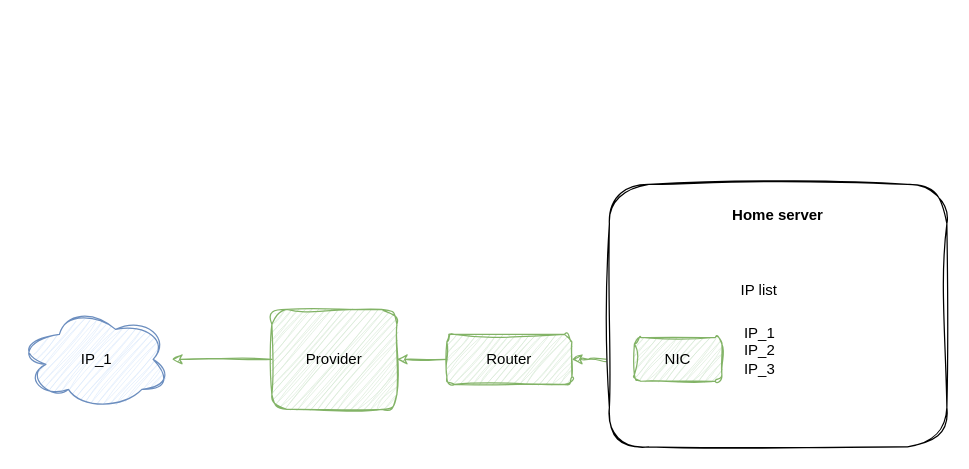
Earlier version of the draw.io diagram scheme/simple_scheme.drawio.xml (eenzamese/gate). Source tidied: cells renumbered, new cells numbered last; positions are measured from the earlier drawing's top-left corner, leaving out a move shared by most shapes. Both pictures are drawn from the tidied source at 125%, with x=0, y=0 at pixel (21, 184).
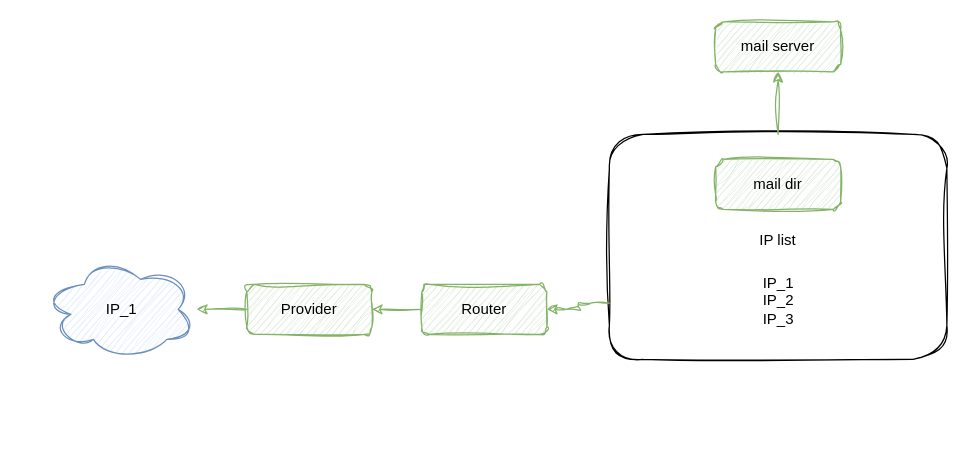
The same diagram, later.

Diff of the diagram source:
```diff
@@
 <mxGraphModel>
   <root>
     <mxCell id="0" />
     <mxCell id="1" parent="0" />
+    <mxCell id="7" style="whiteSpace=wrap;html=1;align=center;labelBackgroundColor=none;sketch=1;curveFitting=1;jiggle=2;rounded=1;" parent="1" vertex="1">
+      <mxGeometry x="470" y="-40" width="270" height="180" as="geometry" />
+    </mxCell>
-    <mxCell id="2" style="edgeStyle=orthogonalEdgeStyle;rounded=1;jettySize=auto;html=1;endArrow=none;endFill=0;startArrow=classic;startFill=1;labelBackgroundColor=none;fontColor=default;sketch=1;curveFitting=1;jiggle=2;fillColor=#d5e8d4;strokeColor=#82b366;" parent="1" edge="1" source="3">
-      <mxGeometry relative="1" as="geometry">
-        <mxPoint x="479" y="140" as="targetPoint" />
-      </mxGeometry>
+    <mxCell id="2" style="edgeStyle=orthogonalEdgeStyle;rounded=1;jettySize=auto;html=1;endArrow=none;endFill=0;startArrow=classic;startFill=1;labelBackgroundColor=none;fontColor=default;sketch=1;curveFitting=1;jiggle=2;fillColor=#d5e8d4;strokeColor=#82b366;entryX=0;entryY=0.75;entryDx=0;entryDy=0;" parent="1" edge="1" source="3" target="7">
+      <mxGeometry relative="1" as="geometry" />
     </mxCell>
     <mxCell id="3" value="Router" style="whiteSpace=wrap;html=1;align=center;labelBackgroundColor=none;sketch=1;curveFitting=1;jiggle=2;rounded=1;fillColor=#d5e8d4;strokeColor=#82b366;" parent="1" vertex="1">
-      <mxGeometry x="340" y="120" width="100" height="40" as="geometry" />
+      <mxGeometry x="320" y="80" width="100" height="40" as="geometry" />
     </mxCell>
     <mxCell id="4" style="edgeStyle=orthogonalEdgeStyle;rounded=1;jettySize=auto;html=1;startArrow=classic;startFill=1;endArrow=none;endFill=0;labelBackgroundColor=none;fontColor=default;sketch=1;curveFitting=1;jiggle=2;fillColor=#d5e8d4;strokeColor=#82b366;" parent="1" edge="1" source="6" target="3">
       <mxGeometry relative="1" as="geometry" />
     </mxCell>
     <mxCell id="5" style="edgeStyle=orthogonalEdgeStyle;rounded=1;jettySize=auto;html=1;labelBackgroundColor=none;fontColor=default;sketch=1;curveFitting=1;jiggle=2;fillColor=#d5e8d4;strokeColor=#82b366;" parent="1" edge="1" source="6" target="10">
       <mxGeometry relative="1" as="geometry" />
     </mxCell>
     <mxCell id="6" value="Provider" style="whiteSpace=wrap;html=1;align=center;labelBackgroundColor=none;sketch=1;curveFitting=1;jiggle=2;rounded=1;fillColor=#d5e8d4;strokeColor=#82b366;" parent="1" vertex="1">
-      <mxGeometry x="200" y="100" width="100" height="80" as="geometry" />
+      <mxGeometry x="180" y="80" width="100" height="40" as="geometry" />
     </mxCell>
-    <mxCell id="7" style="whiteSpace=wrap;html=1;align=center;labelBackgroundColor=none;sketch=1;curveFitting=1;jiggle=2;rounded=1;" parent="1" vertex="1">
-      <mxGeometry x="470" width="270" height="210" as="geometry" />
-    </mxCell>
-    <mxCell id="8" value="NIC" style="whiteSpace=wrap;html=1;align=center;labelBackgroundColor=none;sketch=1;curveFitting=1;jiggle=2;rounded=1;fillColor=#d5e8d4;strokeColor=#82b366;" parent="1" vertex="1">
-      <mxGeometry x="490" y="122.5" width="70" height="35" as="geometry" />
-    </mxCell>
     <mxCell id="9" value="&lt;div&gt;IP_1&lt;/div&gt;&lt;div&gt;IP_2&lt;/div&gt;&lt;div&gt;IP_3&lt;/div&gt;&lt;div&gt;&lt;br&gt;&lt;/div&gt;" style="text;html=1;align=center;verticalAlign=middle;whiteSpace=wrap;rounded=1;labelBackgroundColor=none;sketch=1;curveFitting=1;jiggle=2;" parent="1" vertex="1">
-      <mxGeometry x="567.5" y="100" width="45" height="80" as="geometry" />
+      <mxGeometry x="582.5" y="60" width="45" height="80" as="geometry" />
     </mxCell>
     <mxCell id="10" value="IP_1" style="ellipse;shape=cloud;whiteSpace=wrap;html=1;labelBackgroundColor=none;sketch=1;curveFitting=1;jiggle=2;rounded=1;fillColor=#dae8fc;strokeColor=#6c8ebf;" parent="1" vertex="1">
-      <mxGeometry y="100" width="120" height="80" as="geometry" />
+      <mxGeometry x="20" y="60" width="120" height="80" as="geometry" />
     </mxCell>
-    <mxCell id="11" value="&lt;b&gt;Home server&lt;/b&gt;" style="text;html=1;align=center;verticalAlign=middle;whiteSpace=wrap;rounded=1;labelBackgroundColor=none;sketch=1;curveFitting=1;jiggle=2;" parent="1" vertex="1">
-      <mxGeometry x="515" y="10" width="180" height="30" as="geometry" />
-    </mxCell>
     <mxCell id="12" value="IP list" style="text;html=1;align=center;verticalAlign=middle;whiteSpace=wrap;rounded=1;labelBackgroundColor=none;sketch=1;curveFitting=1;jiggle=2;" parent="1" vertex="1">
-      <mxGeometry x="500" y="70" width="180" height="30" as="geometry" />
+      <mxGeometry x="515" y="30" width="180" height="30" as="geometry" />
     </mxCell>
+    <mxCell id="13" value="mail server" style="whiteSpace=wrap;html=1;align=center;labelBackgroundColor=none;sketch=1;curveFitting=1;jiggle=2;rounded=1;fillColor=#d5e8d4;strokeColor=#82b366;" parent="1" vertex="1">
+      <mxGeometry x="555" y="-130" width="100" height="40" as="geometry" />
+    </mxCell>
+    <mxCell id="14" value="mail dir" style="whiteSpace=wrap;html=1;align=center;labelBackgroundColor=none;sketch=1;curveFitting=1;jiggle=2;rounded=1;fillColor=#d5e8d4;strokeColor=#82b366;" parent="1" vertex="1">
+      <mxGeometry x="555" y="-20" width="100" height="40" as="geometry" />
+    </mxCell>
+    <mxCell id="15" style="edgeStyle=orthogonalEdgeStyle;rounded=1;jettySize=auto;html=1;endArrow=none;endFill=0;startArrow=classic;startFill=1;labelBackgroundColor=none;fontColor=default;sketch=1;curveFitting=1;jiggle=2;fillColor=#d5e8d4;strokeColor=#82b366;exitX=0.5;exitY=1;exitDx=0;exitDy=0;entryX=0.5;entryY=0;entryDx=0;entryDy=0;" parent="1" edge="1" source="13" target="7">
+      <mxGeometry relative="1" as="geometry" />
+    </mxCell>
   </root>
 </mxGraphModel>
```
